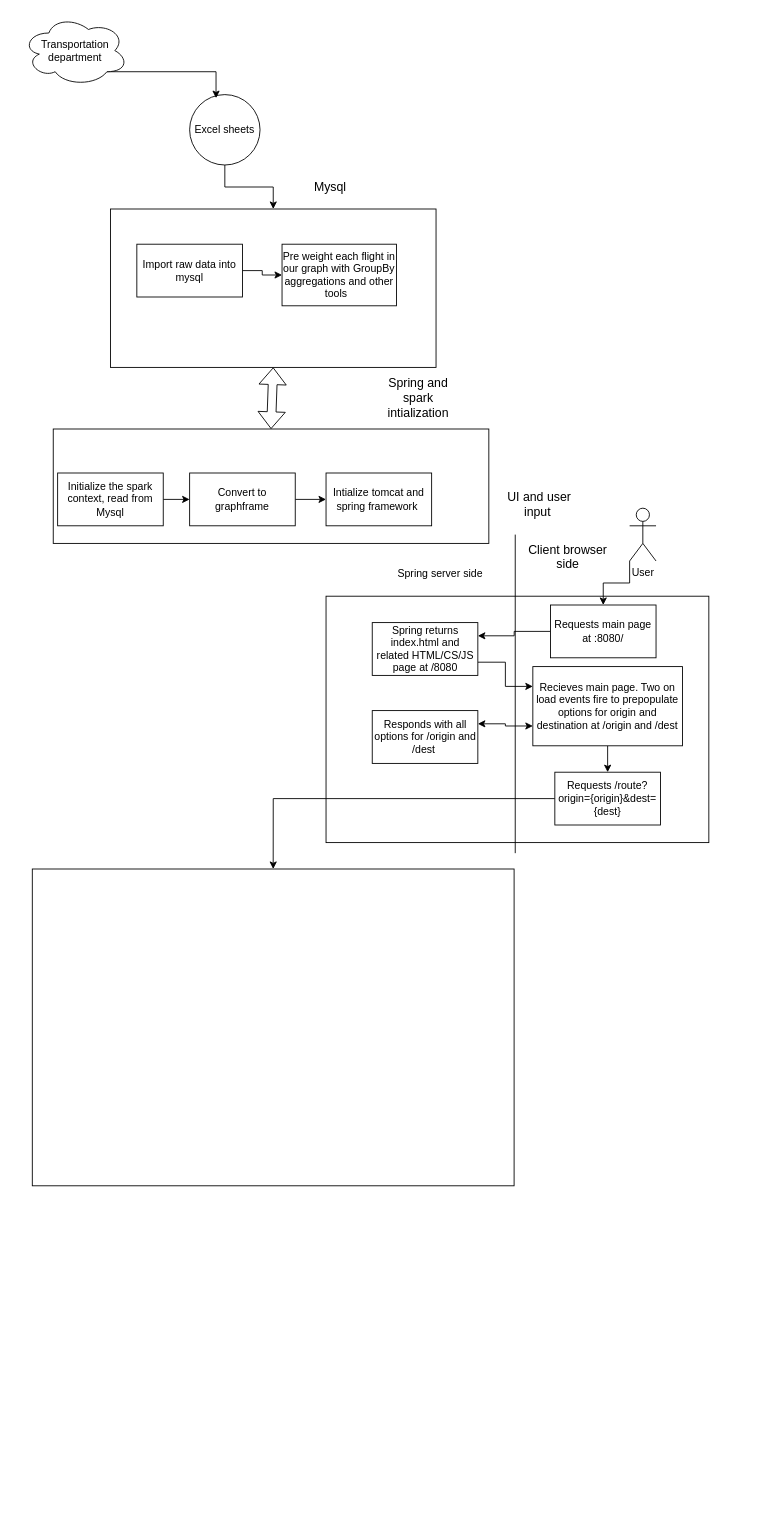
Above: References/workflow.drawio in jasonbuchanan145/airline-reliability-graph (draw.io), before the change. Source tidied: cells renumbered, new cells numbered last; positions are measured from the earlier drawing's top-left corner, leaving out a move shared by most shapes. Both pictures are drawn from the tidied source at 88%, with x=0, y=0 at pixel (22, 15).
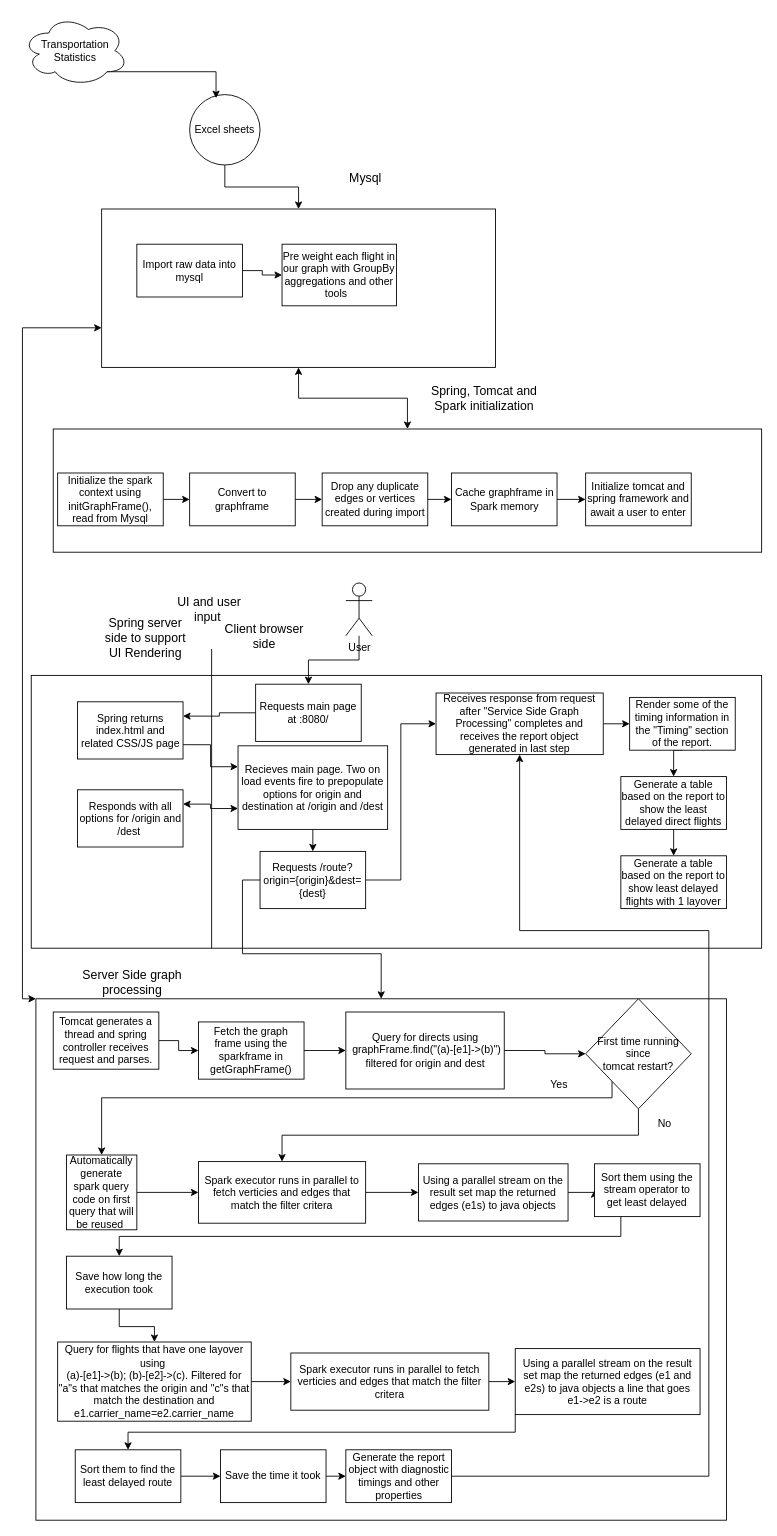
Above is the later version.

The change refers to these unchanged cells:
```xml
<mxCell id="11" value="Convert to graphframe" style="rounded=0;whiteSpace=wrap;html=1;" parent="1" vertex="1">
  <mxGeometry x="190" y="520" width="120" height="60" as="geometry" />
</mxCell>
```

Diff of the diagram source:
```diff
@@
     <mxCell id="2" style="rounded=0;whiteSpace=wrap;html=1;" parent="1" vertex="1">
-      <mxGeometry x="345" y="660" width="435" height="280" as="geometry" />
+      <mxGeometry x="10" y="750" width="830" height="310" as="geometry" />
     </mxCell>
@@
-    <mxCell id="6" value="Transportation department" style="ellipse;shape=cloud;whiteSpace=wrap;html=1;" parent="1" vertex="1">
+    <mxCell id="6" value="Transportation&lt;br&gt;Statistics" style="ellipse;shape=cloud;whiteSpace=wrap;html=1;" parent="1" vertex="1">
       <mxGeometry width="120" height="80" as="geometry" />
     </mxCell>
     <mxCell id="7" style="rounded=0;whiteSpace=wrap;html=1;" parent="1" vertex="1">
-      <mxGeometry x="35" y="470" width="495" height="130" as="geometry" />
+      <mxGeometry x="35" y="470" width="805" height="140" as="geometry" />
     </mxCell>
@@
-    <mxCell id="9" value="Initialize the spark context, read from Mysql" style="rounded=0;whiteSpace=wrap;html=1;" parent="1" vertex="1">
+    <mxCell id="9" value="Initialize the spark context using initGraphFrame(), read from Mysql" style="rounded=0;whiteSpace=wrap;html=1;" parent="1" vertex="1">
       <mxGeometry x="40" y="520" width="120" height="60" as="geometry" />
     </mxCell>
-    <mxCell id="10" style="edgeStyle=orthogonalEdgeStyle;rounded=0;jettySize=auto;html=1;exitX=1;exitY=0.5;exitDx=0;exitDy=0;entryX=0;entryY=0.5;entryDx=0;entryDy=0;" parent="1" edge="1" source="11" target="20">
-      <mxGeometry relative="1" as="geometry" />
-    </mxCell>
+    <mxCell id="37" style="edgeStyle=orthogonalEdgeStyle;rounded=0;jettySize=auto;html=1;exitX=1;exitY=0.5;exitDx=0;exitDy=0;entryX=0;entryY=0.5;entryDx=0;entryDy=0;" parent="1" edge="1" source="11" target="56">
+      <mxGeometry relative="1" as="geometry" />
+    </mxCell>
@@
+    <mxCell id="38" style="edgeStyle=orthogonalEdgeStyle;rounded=0;jettySize=auto;html=1;exitX=0;exitY=0.75;exitDx=0;exitDy=0;entryX=0;entryY=0;entryDx=0;entryDy=0;startArrow=classic;startFill=1;" parent="1" edge="1" source="12" target="33">
+      <mxGeometry relative="1" as="geometry">
+        <Array as="points">
+          <mxPoint y="355" />
+          <mxPoint y="1118" />
+        </Array>
+      </mxGeometry>
+    </mxCell>
+    <mxCell id="39" style="edgeStyle=orthogonalEdgeStyle;rounded=0;jettySize=auto;html=1;exitX=0.5;exitY=1;exitDx=0;exitDy=0;entryX=0.5;entryY=0;entryDx=0;entryDy=0;startArrow=classic;startFill=1;" parent="1" edge="1" source="12" target="7">
+      <mxGeometry relative="1" as="geometry" />
+    </mxCell>
     <mxCell id="12" style="rounded=0;whiteSpace=wrap;html=1;" parent="1" vertex="1">
-      <mxGeometry x="100" y="220" width="370" height="180" as="geometry" />
+      <mxGeometry x="90" y="220" width="447.5" height="180" as="geometry" />
     </mxCell>
@@
     <mxCell id="16" value="&lt;font style=&quot;font-size: 14px;&quot;&gt;Mysql&lt;/font&gt;" style="text;html=1;strokeColor=none;fillColor=none;align=center;verticalAlign=middle;whiteSpace=wrap;rounded=0;" parent="1" vertex="1">
-      <mxGeometry x="320" y="180" width="60" height="30" as="geometry" />
+      <mxGeometry x="360" y="170" width="60" height="30" as="geometry" />
     </mxCell>
-    <mxCell id="17" style="shape=flexArrow;endArrow=classic;startArrow=classic;html=1;rounded=0;exitX=0.5;exitY=0;exitDx=0;exitDy=0;entryX=0.5;entryY=1;entryDx=0;entryDy=0;" parent="1" edge="1" source="7" target="12">
-      <mxGeometry relative="1" as="geometry" />
-    </mxCell>
-    <mxCell id="18" style="edgeStyle=orthogonalEdgeStyle;rounded=0;jettySize=auto;html=1;exitX=0;exitY=1;exitDx=0;exitDy=0;exitPerimeter=0;" parent="1" edge="1" source="19" target="23">
+    <mxCell id="18" style="edgeStyle=orthogonalEdgeStyle;rounded=0;jettySize=auto;html=1;" parent="1" edge="1" source="19" target="23">
       <mxGeometry relative="1" as="geometry" />
     </mxCell>
     <mxCell id="19" value="User" style="shape=umlActor;verticalLabelPosition=bottom;verticalAlign=top;html=1;outlineConnect=0;" parent="1" vertex="1">
-      <mxGeometry x="690" y="560" width="30" height="60" as="geometry" />
+      <mxGeometry x="367.5" y="645" width="30" height="60" as="geometry" />
     </mxCell>
-    <mxCell id="20" value="Intialize tomcat and spring framework&amp;nbsp;" style="rounded=0;whiteSpace=wrap;html=1;" parent="1" vertex="1">
-      <mxGeometry x="345" y="520" width="120" height="60" as="geometry" />
+    <mxCell id="20" value="Initialize tomcat and spring framework and await a user to enter" style="rounded=0;whiteSpace=wrap;html=1;" parent="1" vertex="1">
+      <mxGeometry x="640" y="520" width="120" height="60" as="geometry" />
     </mxCell>
-    <mxCell id="21" value="&lt;font style=&quot;font-size: 14px;&quot;&gt;Spring and spark intialization&lt;/font&gt;" style="text;html=1;strokeColor=none;fillColor=none;align=center;verticalAlign=middle;whiteSpace=wrap;rounded=0;" parent="1" vertex="1">
-      <mxGeometry x="420" y="420" width="60" height="30" as="geometry" />
+    <mxCell id="21" value="&lt;font style=&quot;font-size: 14px;&quot;&gt;Spring, Tomcat and Spark initialization&lt;/font&gt;" style="text;html=1;strokeColor=none;fillColor=none;align=center;verticalAlign=middle;whiteSpace=wrap;rounded=0;" parent="1" vertex="1">
+      <mxGeometry x="450" y="420" width="150" height="30" as="geometry" />
     </mxCell>
@@
     <mxCell id="23" value="Requests main page at :8080/" style="rounded=0;whiteSpace=wrap;html=1;" parent="1" vertex="1">
-      <mxGeometry x="600" y="670" width="120" height="60" as="geometry" />
+      <mxGeometry x="265" y="760" width="120" height="65" as="geometry" />
     </mxCell>
     <mxCell id="24" value="&lt;font style=&quot;font-size: 14px;&quot;&gt;UI and user input&amp;nbsp;&lt;br&gt;&lt;/font&gt;" style="text;html=1;strokeColor=none;fillColor=none;align=center;verticalAlign=middle;whiteSpace=wrap;rounded=0;" parent="1" vertex="1">
-      <mxGeometry x="535" y="520" width="105" height="70" as="geometry" />
+      <mxGeometry x="160" y="640" width="105" height="70" as="geometry" />
     </mxCell>
@@
-    <mxCell id="26" value="Spring returns index.html and related HTML/CS/JS page at /8080" style="rounded=0;whiteSpace=wrap;html=1;" parent="1" vertex="1">
-      <mxGeometry x="397.5" y="690" width="120" height="60" as="geometry" />
+    <mxCell id="26" value="Spring returns index.html and related CSS/JS page" style="rounded=0;whiteSpace=wrap;html=1;" parent="1" vertex="1">
+      <mxGeometry x="62.5" y="780" width="120" height="65" as="geometry" />
     </mxCell>
@@
     <mxCell id="29" value="Recieves main page. Two on load events fire to prepopulate options for origin and destination at /origin and /dest" style="rounded=0;whiteSpace=wrap;html=1;" parent="1" vertex="1">
-      <mxGeometry x="580" y="740" width="170" height="90" as="geometry" />
+      <mxGeometry x="245" y="830" width="170" height="95" as="geometry" />
     </mxCell>
     <mxCell id="30" value="Responds with all options for /origin and /dest&amp;nbsp;" style="rounded=0;whiteSpace=wrap;html=1;" parent="1" vertex="1">
-      <mxGeometry x="397.5" y="790" width="120" height="60" as="geometry" />
+      <mxGeometry x="62.5" y="880" width="120" height="65" as="geometry" />
     </mxCell>
-    <mxCell id="31" style="edgeStyle=orthogonalEdgeStyle;rounded=0;jettySize=auto;html=1;exitX=0;exitY=0.5;exitDx=0;exitDy=0;entryX=0.5;entryY=0;entryDx=0;entryDy=0;" parent="1" edge="1" source="32" target="33">
+    <mxCell id="31" style="edgeStyle=orthogonalEdgeStyle;rounded=0;jettySize=auto;html=1;exitX=0;exitY=0.5;exitDx=0;exitDy=0;entryX=0.5;entryY=0;entryDx=0;entryDy=0;startArrow=none;startFill=0;" parent="1" edge="1" source="32" target="33">
       <mxGeometry relative="1" as="geometry" />
     </mxCell>
+    <mxCell id="40" style="edgeStyle=orthogonalEdgeStyle;rounded=0;jettySize=auto;html=1;exitX=1;exitY=0.5;exitDx=0;exitDy=0;entryX=0;entryY=0.5;entryDx=0;entryDy=0;" parent="1" edge="1" source="32" target="78">
+      <mxGeometry relative="1" as="geometry" />
+    </mxCell>
     <mxCell id="32" value="Requests /route?origin={origin}&amp;amp;dest={dest}" style="rounded=0;whiteSpace=wrap;html=1;" parent="1" vertex="1">
-      <mxGeometry x="605" y="860" width="120" height="60" as="geometry" />
+      <mxGeometry x="270" y="950" width="120" height="65" as="geometry" />
     </mxCell>
     <mxCell id="33" style="rounded=0;whiteSpace=wrap;html=1;" parent="1" vertex="1">
-      <mxGeometry x="11.2" y="970" width="547.5" height="360" as="geometry" />
+      <mxGeometry x="15.3" y="1117.5" width="784.7" height="592.5" as="geometry" />
     </mxCell>
     <mxCell id="34" style="endArrow=none;html=1;rounded=0;" parent="1" edge="1">
       <mxGeometry relative="1" as="geometry">
-        <mxPoint x="560" y="952" as="sourcePoint" />
-        <mxPoint x="560" y="590" as="targetPoint" />
+        <mxPoint x="215" y="1060" as="sourcePoint" />
+        <mxPoint x="215" y="720" as="targetPoint" />
       </mxGeometry>
     </mxCell>
     <mxCell id="35" value="&lt;font style=&quot;font-size: 14px;&quot;&gt;Client browser side&lt;/font&gt;" style="text;html=1;strokeColor=none;fillColor=none;align=center;verticalAlign=middle;whiteSpace=wrap;rounded=0;" parent="1" vertex="1">
-      <mxGeometry x="570" y="600" width="100" height="30" as="geometry" />
+      <mxGeometry x="225" y="690" width="100" height="30" as="geometry" />
     </mxCell>
-    <mxCell id="36" value="Spring server side" style="text;html=1;strokeColor=none;fillColor=none;align=center;verticalAlign=middle;whiteSpace=wrap;rounded=0;" parent="1" vertex="1">
-      <mxGeometry x="420" y="620" width="110" height="30" as="geometry" />
+    <mxCell id="36" value="&lt;font style=&quot;font-size: 14px;&quot;&gt;Spring server side to support UI Rendering&lt;/font&gt;" style="text;html=1;strokeColor=none;fillColor=none;align=center;verticalAlign=middle;whiteSpace=wrap;rounded=0;" parent="1" vertex="1">
+      <mxGeometry x="85" y="690" width="110" height="35" as="geometry" />
     </mxCell>
+    <mxCell id="41" value="&lt;font style=&quot;font-size: 14px;&quot;&gt;Server Side graph processing&lt;/font&gt;" style="text;html=1;strokeColor=none;fillColor=none;align=center;verticalAlign=middle;whiteSpace=wrap;rounded=0;" parent="1" vertex="1">
+      <mxGeometry x="50" y="1080" width="150" height="35" as="geometry" />
+    </mxCell>
+    <mxCell id="42" style="edgeStyle=orthogonalEdgeStyle;rounded=0;jettySize=auto;html=1;exitX=0;exitY=1;exitDx=0;exitDy=0;entryX=0.5;entryY=0;entryDx=0;entryDy=0;" parent="1" edge="1" source="44" target="46">
+      <mxGeometry relative="1" as="geometry">
+        <Array as="points">
+          <mxPoint x="670" y="1230" />
+          <mxPoint x="90" y="1230" />
+        </Array>
+      </mxGeometry>
+    </mxCell>
+    <mxCell id="43" style="edgeStyle=orthogonalEdgeStyle;rounded=0;jettySize=auto;html=1;exitX=0.5;exitY=1;exitDx=0;exitDy=0;entryX=0.5;entryY=0;entryDx=0;entryDy=0;" parent="1" edge="1" source="44" target="50">
+      <mxGeometry relative="1" as="geometry" />
+    </mxCell>
+    <mxCell id="44" value="First time running since &lt;br&gt;tomcat restart?" style="rhombus;whiteSpace=wrap;html=1;" parent="1" vertex="1">
+      <mxGeometry x="640" y="1117.5" width="120" height="125" as="geometry" />
+    </mxCell>
+    <mxCell id="45" style="edgeStyle=orthogonalEdgeStyle;rounded=0;jettySize=auto;html=1;exitX=1;exitY=0.5;exitDx=0;exitDy=0;entryX=0;entryY=0.5;entryDx=0;entryDy=0;" parent="1" edge="1" source="46" target="50">
+      <mxGeometry relative="1" as="geometry" />
+    </mxCell>
+    <mxCell id="46" value="Automatically generate spark query code on first query that will be reused&amp;nbsp;" style="whiteSpace=wrap;html=1;" parent="1" vertex="1">
+      <mxGeometry x="50" y="1295" width="80" height="85" as="geometry" />
+    </mxCell>
+    <mxCell id="47" value="Yes" style="text;html=1;strokeColor=none;fillColor=none;align=center;verticalAlign=middle;whiteSpace=wrap;rounded=0;" parent="1" vertex="1">
+      <mxGeometry x="580" y="1197.5" width="60" height="35" as="geometry" />
+    </mxCell>
+    <mxCell id="48" value="No" style="text;html=1;strokeColor=none;fillColor=none;align=center;verticalAlign=middle;whiteSpace=wrap;rounded=0;" parent="1" vertex="1">
+      <mxGeometry x="700" y="1242.5" width="60" height="35" as="geometry" />
+    </mxCell>
+    <mxCell id="49" style="edgeStyle=orthogonalEdgeStyle;rounded=0;jettySize=auto;html=1;exitX=1;exitY=0.5;exitDx=0;exitDy=0;entryX=0;entryY=0.5;entryDx=0;entryDy=0;" parent="1" edge="1" source="50" target="60">
+      <mxGeometry relative="1" as="geometry" />
+    </mxCell>
+    <mxCell id="50" value="Spark executor runs in parallel to fetch verticies and edges that match the filter critera" style="rounded=0;whiteSpace=wrap;html=1;" parent="1" vertex="1">
+      <mxGeometry x="200" y="1302.5" width="190" height="70" as="geometry" />
+    </mxCell>
+    <mxCell id="51" style="edgeStyle=orthogonalEdgeStyle;rounded=0;jettySize=auto;html=1;exitX=1;exitY=0.5;exitDx=0;exitDy=0;entryX=0;entryY=0.5;entryDx=0;entryDy=0;" parent="1" edge="1" source="52" target="54">
+      <mxGeometry relative="1" as="geometry" />
+    </mxCell>
+    <mxCell id="52" value="Tomcat generates a thread and spring controller receives request and parses." style="rounded=0;whiteSpace=wrap;html=1;" parent="1" vertex="1">
+      <mxGeometry x="35" y="1132.5" width="120" height="65" as="geometry" />
+    </mxCell>
+    <mxCell id="53" style="edgeStyle=orthogonalEdgeStyle;rounded=0;jettySize=auto;html=1;exitX=1;exitY=0.5;exitDx=0;exitDy=0;entryX=0;entryY=0.5;entryDx=0;entryDy=0;" parent="1" edge="1" source="54" target="58">
+      <mxGeometry relative="1" as="geometry" />
+    </mxCell>
+    <mxCell id="54" value="Fetch the graph frame using the sparkframe in getGraphFrame()" style="rounded=0;whiteSpace=wrap;html=1;" parent="1" vertex="1">
+      <mxGeometry x="200" y="1143.8" width="120" height="65" as="geometry" />
+    </mxCell>
+    <mxCell id="55" style="edgeStyle=orthogonalEdgeStyle;rounded=0;jettySize=auto;html=1;exitX=1;exitY=0.5;exitDx=0;exitDy=0;entryX=0;entryY=0.5;entryDx=0;entryDy=0;" parent="1" edge="1" source="56" target="85">
+      <mxGeometry relative="1" as="geometry" />
+    </mxCell>
+    <mxCell id="56" value="Drop any duplicate edges or vertices created during import" style="rounded=0;whiteSpace=wrap;html=1;" parent="1" vertex="1">
+      <mxGeometry x="340.6" y="520" width="120" height="60" as="geometry" />
+    </mxCell>
+    <mxCell id="57" style="edgeStyle=orthogonalEdgeStyle;rounded=0;jettySize=auto;html=1;exitX=1;exitY=0.5;exitDx=0;exitDy=0;entryX=0;entryY=0.5;entryDx=0;entryDy=0;" parent="1" edge="1" source="58" target="44">
+      <mxGeometry relative="1" as="geometry" />
+    </mxCell>
+    <mxCell id="58" value="Query for directs using&lt;br&gt;&amp;nbsp;graphFrame.find(&quot;(a)-[e1]-&amp;gt;(b)&quot;) filtered for origin and dest" style="rounded=0;whiteSpace=wrap;html=1;" parent="1" vertex="1">
+      <mxGeometry x="367.5" y="1132.5" width="180" height="87.5" as="geometry" />
+    </mxCell>
+    <mxCell id="59" style="edgeStyle=orthogonalEdgeStyle;rounded=0;jettySize=auto;html=1;exitX=1;exitY=0.5;exitDx=0;exitDy=0;entryX=0;entryY=0.5;entryDx=0;entryDy=0;" parent="1" edge="1" source="60" target="62">
+      <mxGeometry relative="1" as="geometry" />
+    </mxCell>
+    <mxCell id="60" value="Using a parallel stream on the result set map the returned edges (e1s) to java objects" style="rounded=0;whiteSpace=wrap;html=1;" parent="1" vertex="1">
+      <mxGeometry x="450" y="1305" width="170" height="65" as="geometry" />
+    </mxCell>
+    <mxCell id="61" style="edgeStyle=orthogonalEdgeStyle;rounded=0;jettySize=auto;html=1;exitX=0.25;exitY=1;exitDx=0;exitDy=0;entryX=0.5;entryY=0;entryDx=0;entryDy=0;" parent="1" edge="1" source="62" target="70">
+      <mxGeometry relative="1" as="geometry" />
+    </mxCell>
+    <mxCell id="62" value="Sort them using the stream operator to get least delayed" style="rounded=0;whiteSpace=wrap;html=1;" parent="1" vertex="1">
+      <mxGeometry x="650" y="1305" width="120" height="60" as="geometry" />
+    </mxCell>
+    <mxCell id="63" style="edgeStyle=orthogonalEdgeStyle;rounded=0;jettySize=auto;html=1;exitX=1;exitY=0.5;exitDx=0;exitDy=0;entryX=0;entryY=0.5;entryDx=0;entryDy=0;" parent="1" edge="1" source="64" target="66">
+      <mxGeometry relative="1" as="geometry" />
+    </mxCell>
+    <mxCell id="64" value="Query for flights that have one layover using&amp;nbsp;&lt;br&gt;(a)-[e1]-&amp;gt;(b); (b)-[e2]-&amp;gt;(c). Filtered for &quot;a&quot;s that matches the origin and &quot;c&quot;s that match the destination and e1.carrier_name=e2.carrier_name" style="rounded=0;whiteSpace=wrap;html=1;" parent="1" vertex="1">
+      <mxGeometry x="40" y="1507.5" width="220" height="90" as="geometry" />
+    </mxCell>
+    <mxCell id="65" style="edgeStyle=orthogonalEdgeStyle;rounded=0;jettySize=auto;html=1;exitX=1;exitY=0.5;exitDx=0;exitDy=0;entryX=0;entryY=0.5;entryDx=0;entryDy=0;" parent="1" edge="1" source="66" target="68">
+      <mxGeometry relative="1" as="geometry" />
+    </mxCell>
+    <mxCell id="66" value="Spark executor runs in parallel to fetch verticies and edges that match the filter critera" style="rounded=0;whiteSpace=wrap;html=1;" parent="1" vertex="1">
+      <mxGeometry x="305" y="1520" width="225" height="65" as="geometry" />
+    </mxCell>
+    <mxCell id="67" style="edgeStyle=orthogonalEdgeStyle;rounded=0;jettySize=auto;html=1;exitX=0;exitY=1;exitDx=0;exitDy=0;entryX=0.5;entryY=0;entryDx=0;entryDy=0;" parent="1" edge="1" source="68" target="72">
+      <mxGeometry relative="1" as="geometry" />
+    </mxCell>
+    <mxCell id="68" value="Using a parallel stream on the result set map the returned edges (e1 and e2s) to java objects a line that goes e1-&amp;gt;e2 is a route" style="rounded=0;whiteSpace=wrap;html=1;" parent="1" vertex="1">
+      <mxGeometry x="560" y="1515" width="210" height="75" as="geometry" />
+    </mxCell>
+    <mxCell id="69" style="edgeStyle=orthogonalEdgeStyle;rounded=0;jettySize=auto;html=1;exitX=0.5;exitY=1;exitDx=0;exitDy=0;entryX=0.5;entryY=0;entryDx=0;entryDy=0;" parent="1" edge="1" source="70" target="64">
+      <mxGeometry relative="1" as="geometry" />
+    </mxCell>
+    <mxCell id="70" value="Save how long the execution took" style="rounded=0;whiteSpace=wrap;html=1;" parent="1" vertex="1">
+      <mxGeometry x="50" y="1410" width="120" height="60" as="geometry" />
+    </mxCell>
+    <mxCell id="71" style="edgeStyle=orthogonalEdgeStyle;rounded=0;jettySize=auto;html=1;exitX=1;exitY=0.5;exitDx=0;exitDy=0;entryX=0;entryY=0.5;entryDx=0;entryDy=0;" parent="1" edge="1" source="72" target="74">
+      <mxGeometry relative="1" as="geometry" />
+    </mxCell>
+    <mxCell id="72" value="Sort them to find the least delayed route" style="rounded=0;whiteSpace=wrap;html=1;" parent="1" vertex="1">
+      <mxGeometry x="60" y="1630" width="120" height="60" as="geometry" />
+    </mxCell>
+    <mxCell id="73" style="edgeStyle=orthogonalEdgeStyle;rounded=0;jettySize=auto;html=1;exitX=1;exitY=0.5;exitDx=0;exitDy=0;entryX=0;entryY=0.5;entryDx=0;entryDy=0;" parent="1" edge="1" source="74" target="76">
+      <mxGeometry relative="1" as="geometry" />
+    </mxCell>
+    <mxCell id="74" value="Save the time it took" style="rounded=0;whiteSpace=wrap;html=1;" parent="1" vertex="1">
+      <mxGeometry x="225" y="1630" width="120" height="60" as="geometry" />
+    </mxCell>
+    <mxCell id="75" style="edgeStyle=orthogonalEdgeStyle;rounded=0;jettySize=auto;html=1;exitX=1;exitY=0.5;exitDx=0;exitDy=0;entryX=0.5;entryY=1;entryDx=0;entryDy=0;" parent="1" edge="1" source="76" target="78">
+      <mxGeometry relative="1" as="geometry">
+        <Array as="points">
+          <mxPoint x="780" y="1660" />
+          <mxPoint x="780" y="1040" />
+          <mxPoint x="565" y="1040" />
+        </Array>
+      </mxGeometry>
+    </mxCell>
+    <mxCell id="76" value="Generate the report object with diagnostic timings and other properties" style="rounded=0;whiteSpace=wrap;html=1;" parent="1" vertex="1">
+      <mxGeometry x="367.5" y="1630" width="120" height="60" as="geometry" />
+    </mxCell>
+    <mxCell id="77" style="edgeStyle=orthogonalEdgeStyle;rounded=0;jettySize=auto;html=1;exitX=1;exitY=0.5;exitDx=0;exitDy=0;entryX=0;entryY=0.5;entryDx=0;entryDy=0;" parent="1" edge="1" source="78" target="80">
+      <mxGeometry relative="1" as="geometry" />
+    </mxCell>
+    <mxCell id="78" value="Receives response from request after &quot;Service Side Graph Processing&quot; completes and receives the report object generated in last step" style="rounded=0;whiteSpace=wrap;html=1;" parent="1" vertex="1">
+      <mxGeometry x="470" y="770" width="190" height="70" as="geometry" />
+    </mxCell>
+    <mxCell id="79" style="edgeStyle=orthogonalEdgeStyle;rounded=0;jettySize=auto;html=1;exitX=0.5;exitY=1;exitDx=0;exitDy=0;entryX=0.5;entryY=0;entryDx=0;entryDy=0;" parent="1" edge="1" source="80" target="82">
+      <mxGeometry relative="1" as="geometry" />
+    </mxCell>
+    <mxCell id="80" value="Render some of the timing information in the &quot;Timing&quot; section of the report." style="rounded=0;whiteSpace=wrap;html=1;" parent="1" vertex="1">
+      <mxGeometry x="690" y="775" width="120" height="60" as="geometry" />
+    </mxCell>
+    <mxCell id="81" style="edgeStyle=orthogonalEdgeStyle;rounded=0;jettySize=auto;html=1;exitX=0.5;exitY=1;exitDx=0;exitDy=0;entryX=0.5;entryY=0;entryDx=0;entryDy=0;" parent="1" edge="1" source="82" target="83">
+      <mxGeometry relative="1" as="geometry" />
+    </mxCell>
+    <mxCell id="82" value="Generate a table based on the report to show the least delayed direct flights" style="rounded=0;whiteSpace=wrap;html=1;" parent="1" vertex="1">
+      <mxGeometry x="680" y="865" width="120" height="60" as="geometry" />
+    </mxCell>
+    <mxCell id="83" value="Generate a table based on the report to show least delayed flights with 1 layover" style="rounded=0;whiteSpace=wrap;html=1;" parent="1" vertex="1">
+      <mxGeometry x="680" y="955" width="120" height="60" as="geometry" />
+    </mxCell>
+    <mxCell id="84" style="edgeStyle=orthogonalEdgeStyle;rounded=0;jettySize=auto;html=1;exitX=1;exitY=0.5;exitDx=0;exitDy=0;entryX=0;entryY=0.5;entryDx=0;entryDy=0;" parent="1" edge="1" source="85" target="20">
+      <mxGeometry relative="1" as="geometry" />
+    </mxCell>
+    <mxCell id="85" value="Cache graphframe in Spark memory" style="rounded=0;whiteSpace=wrap;html=1;" parent="1" vertex="1">
+      <mxGeometry x="487.5" y="520" width="120" height="60" as="geometry" />
+    </mxCell>
```
